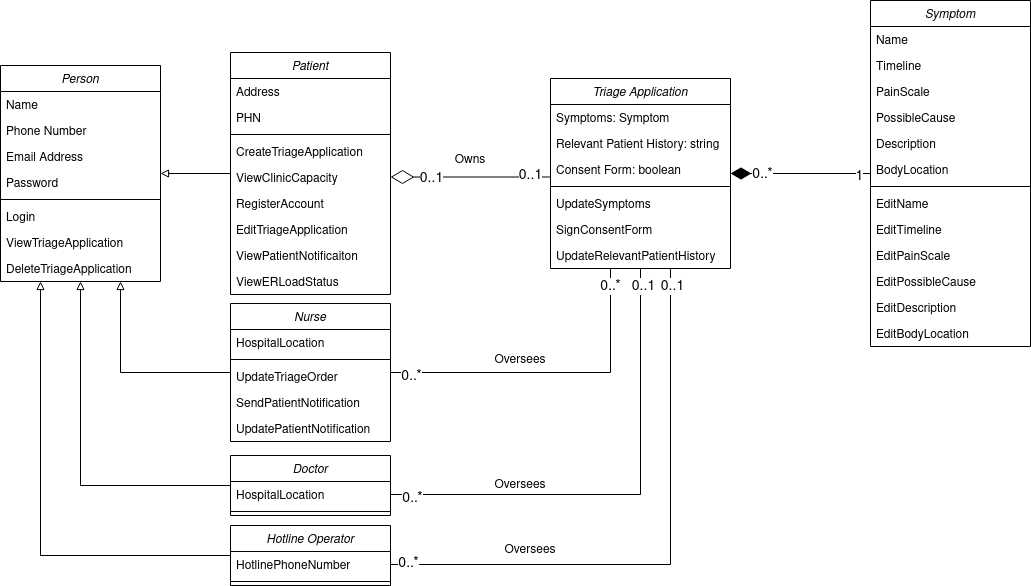
SENG-350-2024-fall/Team5 keeps this draw.io diagram as Milestone2/Diagrams/pngs/classdiagram.drawio.png. Above is the earlier version. Source tidied: cells renumbered, new cells last; positions are measured from the earlier drawing's top-left corner, leaving out a move shared by most shapes. The source it was exported from:
```xml
<mxGraphModel>
  <root>
    <mxCell id="0" />
    <mxCell id="1" parent="0" />
    <mxCell id="2" style="edgeStyle=orthogonalEdgeStyle;rounded=0;jettySize=auto;html=1;endArrow=block;endFill=0;" parent="1" edge="1" source="5" target="15">
      <mxGeometry relative="1" as="geometry" />
    </mxCell>
    <mxCell id="3" value="0..1" style="edgeStyle=orthogonalEdgeStyle;rounded=0;orthogonalLoop=1;jettySize=auto;html=1;endArrow=diamondThin;endFill=0;fontSize=14;endSize=21;" parent="1" edge="1">
      <mxGeometry x="-0.75" y="-2" relative="1" as="geometry">
        <mxPoint x="550" y="176.5" as="sourcePoint" />
        <mxPoint x="390" y="176.5" as="targetPoint" />
      </mxGeometry>
    </mxCell>
    <mxCell id="4" value="&lt;font style=&quot;font-size: 14px;&quot;&gt;0..1&lt;/font&gt;" style="edgeLabel;html=1;align=center;verticalAlign=middle;" parent="3" vertex="1">
      <mxGeometry x="0.74" y="1" relative="1" as="geometry">
        <mxPoint x="19" as="offset" />
      </mxGeometry>
    </mxCell>
    <mxCell id="5" value="Patient" style="swimlane;fontStyle=2;align=center;verticalAlign=top;horizontal=1;startSize=26;rounded=0;shadow=0;strokeWidth=1;" parent="1" vertex="1">
      <mxGeometry x="230" y="52" width="160" height="242" as="geometry" />
    </mxCell>
    <mxCell id="6" value="Address" style="text;align=left;verticalAlign=top;spacingLeft=4;spacingRight=4;overflow=hidden;" parent="5" vertex="1">
      <mxGeometry y="26" width="160" height="26" as="geometry" />
    </mxCell>
    <mxCell id="7" value="PHN" style="text;align=left;verticalAlign=top;spacingLeft=4;spacingRight=4;overflow=hidden;" parent="5" vertex="1">
      <mxGeometry y="52" width="160" height="26" as="geometry" />
    </mxCell>
    <mxCell id="8" style="line;html=1;strokeWidth=1;align=left;verticalAlign=middle;spacingTop=-1;spacingLeft=3;spacingRight=3;labelPosition=right;" parent="5" vertex="1">
      <mxGeometry y="78" width="160" height="8" as="geometry" />
    </mxCell>
    <mxCell id="9" value="CreateTriageApplication" style="text;align=left;verticalAlign=top;spacingLeft=4;spacingRight=4;overflow=hidden;" parent="5" vertex="1">
      <mxGeometry y="86" width="160" height="26" as="geometry" />
    </mxCell>
    <mxCell id="10" value="ViewClinicCapacity" style="text;align=left;verticalAlign=top;spacingLeft=4;spacingRight=4;overflow=hidden;" parent="5" vertex="1">
      <mxGeometry y="112" width="160" height="26" as="geometry" />
    </mxCell>
    <mxCell id="11" value="RegisterAccount" style="text;align=left;verticalAlign=top;spacingLeft=4;spacingRight=4;overflow=hidden;" parent="5" vertex="1">
      <mxGeometry y="138" width="160" height="26" as="geometry" />
    </mxCell>
    <mxCell id="12" value="EditTriageApplication" style="text;align=left;verticalAlign=top;spacingLeft=4;spacingRight=4;overflow=hidden;" parent="5" vertex="1">
      <mxGeometry y="164" width="160" height="26" as="geometry" />
    </mxCell>
    <mxCell id="13" value="ViewPatientNotificaiton" style="text;align=left;verticalAlign=top;spacingLeft=4;spacingRight=4;overflow=hidden;" parent="5" vertex="1">
      <mxGeometry y="190" width="160" height="26" as="geometry" />
    </mxCell>
    <mxCell id="14" value="ViewERLoadStatus" style="text;align=left;verticalAlign=top;spacingLeft=4;spacingRight=4;overflow=hidden;" parent="5" vertex="1">
      <mxGeometry y="216" width="160" height="26" as="geometry" />
    </mxCell>
    <mxCell id="15" value="Person" style="swimlane;fontStyle=2;align=center;verticalAlign=top;horizontal=1;startSize=26;rounded=0;shadow=0;strokeWidth=1;" parent="1" vertex="1">
      <mxGeometry y="65" width="160" height="216" as="geometry" />
    </mxCell>
    <mxCell id="16" value="Name" style="text;align=left;verticalAlign=top;spacingLeft=4;spacingRight=4;overflow=hidden;" parent="15" vertex="1">
      <mxGeometry y="26" width="160" height="26" as="geometry" />
    </mxCell>
    <mxCell id="17" value="Phone Number" style="text;align=left;verticalAlign=top;spacingLeft=4;spacingRight=4;overflow=hidden;rounded=0;shadow=0;html=0;" parent="15" vertex="1">
      <mxGeometry y="52" width="160" height="26" as="geometry" />
    </mxCell>
    <mxCell id="18" value="Email Address" style="text;align=left;verticalAlign=top;spacingLeft=4;spacingRight=4;overflow=hidden;rounded=0;shadow=0;html=0;" parent="15" vertex="1">
      <mxGeometry y="78" width="160" height="26" as="geometry" />
    </mxCell>
    <mxCell id="19" value="Password" style="text;align=left;verticalAlign=top;spacingLeft=4;spacingRight=4;overflow=hidden;rounded=0;shadow=0;html=0;" parent="15" vertex="1">
      <mxGeometry y="104" width="160" height="26" as="geometry" />
    </mxCell>
    <mxCell id="20" style="line;html=1;strokeWidth=1;align=left;verticalAlign=middle;spacingTop=-1;spacingLeft=3;spacingRight=3;labelPosition=right;" parent="15" vertex="1">
      <mxGeometry y="130" width="160" height="8" as="geometry" />
    </mxCell>
    <mxCell id="21" value="Login" style="text;align=left;verticalAlign=top;spacingLeft=4;spacingRight=4;overflow=hidden;" parent="15" vertex="1">
      <mxGeometry y="138" width="160" height="26" as="geometry" />
    </mxCell>
    <mxCell id="22" value="ViewTriageApplication" style="text;align=left;verticalAlign=top;spacingLeft=4;spacingRight=4;overflow=hidden;" parent="15" vertex="1">
      <mxGeometry y="164" width="160" height="26" as="geometry" />
    </mxCell>
    <mxCell id="23" value="DeleteTriageApplication" style="text;align=left;verticalAlign=top;spacingLeft=4;spacingRight=4;overflow=hidden;" parent="15" vertex="1">
      <mxGeometry y="190" width="160" height="26" as="geometry" />
    </mxCell>
    <mxCell id="24" style="edgeStyle=orthogonalEdgeStyle;rounded=0;jettySize=auto;html=1;endArrow=block;endFill=0;entryX=0.75;entryY=1;entryDx=0;entryDy=0;" parent="1" edge="1" source="28" target="15">
      <mxGeometry relative="1" as="geometry" />
    </mxCell>
    <mxCell id="25" style="edgeStyle=orthogonalEdgeStyle;rounded=0;jettySize=auto;html=1;endArrow=none;endFill=0;" parent="1" edge="1" source="28" target="42">
      <mxGeometry relative="1" as="geometry">
        <Array as="points">
          <mxPoint x="610" y="372" />
        </Array>
      </mxGeometry>
    </mxCell>
    <mxCell id="26" value="&lt;font style=&quot;font-size: 14px;&quot;&gt;0..*&lt;/font&gt;" style="edgeLabel;html=1;align=center;verticalAlign=middle;" parent="25" vertex="1">
      <mxGeometry x="-0.88" y="-3" relative="1" as="geometry" />
    </mxCell>
    <mxCell id="27" value="&lt;font style=&quot;font-size: 14px;&quot;&gt;0..*&lt;/font&gt;" style="edgeLabel;html=1;align=center;verticalAlign=middle;" parent="25" vertex="1">
      <mxGeometry x="0.9" y="1" relative="1" as="geometry" />
    </mxCell>
    <mxCell id="28" value="Nurse" style="swimlane;fontStyle=2;align=center;verticalAlign=top;horizontal=1;startSize=26;rounded=0;shadow=0;strokeWidth=1;" parent="1" vertex="1">
      <mxGeometry x="230" y="303" width="160" height="138" as="geometry" />
    </mxCell>
    <mxCell id="29" value="HospitalLocation" style="text;align=left;verticalAlign=top;spacingLeft=4;spacingRight=4;overflow=hidden;rounded=0;shadow=0;html=0;" parent="28" vertex="1">
      <mxGeometry y="26" width="160" height="26" as="geometry" />
    </mxCell>
    <mxCell id="30" style="line;html=1;strokeWidth=1;align=left;verticalAlign=middle;spacingTop=-1;spacingLeft=3;spacingRight=3;labelPosition=right;" parent="28" vertex="1">
      <mxGeometry y="52" width="160" height="8" as="geometry" />
    </mxCell>
    <mxCell id="31" value="UpdateTriageOrder" style="text;align=left;verticalAlign=top;spacingLeft=4;spacingRight=4;overflow=hidden;" parent="28" vertex="1">
      <mxGeometry y="60" width="160" height="26" as="geometry" />
    </mxCell>
    <mxCell id="32" value="SendPatientNotification" style="text;align=left;verticalAlign=top;spacingLeft=4;spacingRight=4;overflow=hidden;" parent="28" vertex="1">
      <mxGeometry y="86" width="160" height="26" as="geometry" />
    </mxCell>
    <mxCell id="33" value="UpdatePatientNotification" style="text;align=left;verticalAlign=top;spacingLeft=4;spacingRight=4;overflow=hidden;" parent="28" vertex="1">
      <mxGeometry y="112" width="160" height="26" as="geometry" />
    </mxCell>
    <mxCell id="34" style="edgeStyle=orthogonalEdgeStyle;rounded=0;jettySize=auto;html=1;endArrow=block;endFill=0;" parent="1" edge="1" source="35" target="15">
      <mxGeometry relative="1" as="geometry" />
    </mxCell>
    <mxCell id="35" value="Doctor" style="swimlane;fontStyle=2;align=center;verticalAlign=top;horizontal=1;startSize=26;rounded=0;shadow=0;strokeWidth=1;" parent="1" vertex="1">
      <mxGeometry x="230" y="455" width="160" height="60" as="geometry" />
    </mxCell>
    <mxCell id="36" value="HospitalLocation" style="text;align=left;verticalAlign=top;spacingLeft=4;spacingRight=4;overflow=hidden;points=[[0,0.5],[1,0.5]];portConstraint=eastwest;rounded=0;shadow=0;html=0;" parent="35" vertex="1">
      <mxGeometry y="26" width="160" height="26" as="geometry" />
    </mxCell>
    <mxCell id="37" style="line;html=1;strokeWidth=1;align=left;verticalAlign=middle;spacingTop=-1;spacingLeft=3;spacingRight=3;labelPosition=right;" parent="35" vertex="1">
      <mxGeometry y="52" width="160" height="8" as="geometry" />
    </mxCell>
    <mxCell id="38" style="edgeStyle=orthogonalEdgeStyle;rounded=0;jettySize=auto;html=1;endArrow=block;endFill=0;entryX=0.25;entryY=1;entryDx=0;entryDy=0;" parent="1" edge="1" source="39" target="15">
      <mxGeometry relative="1" as="geometry" />
    </mxCell>
    <mxCell id="39" value="Hotline Operator" style="swimlane;fontStyle=2;align=center;verticalAlign=top;horizontal=1;startSize=26;rounded=0;shadow=0;strokeWidth=1;" parent="1" vertex="1">
      <mxGeometry x="230" y="525" width="160" height="60" as="geometry" />
    </mxCell>
    <mxCell id="40" value="HotlinePhoneNumber" style="text;align=left;verticalAlign=top;spacingLeft=4;spacingRight=4;overflow=hidden;points=[[0,0.5],[1,0.5]];portConstraint=eastwest;rounded=0;shadow=0;html=0;" parent="39" vertex="1">
      <mxGeometry y="26" width="160" height="26" as="geometry" />
    </mxCell>
    <mxCell id="41" style="line;html=1;strokeWidth=1;align=left;verticalAlign=middle;spacingTop=-1;spacingLeft=3;spacingRight=3;labelPosition=right;" parent="39" vertex="1">
      <mxGeometry y="52" width="160" height="8" as="geometry" />
    </mxCell>
    <mxCell id="42" value="Triage Application" style="swimlane;fontStyle=2;align=center;verticalAlign=top;horizontal=1;startSize=26;rounded=0;shadow=0;strokeWidth=1;" parent="1" vertex="1">
      <mxGeometry x="550" y="78" width="180" height="190" as="geometry" />
    </mxCell>
    <mxCell id="43" value="Symptoms: Symptom" style="text;align=left;verticalAlign=top;spacingLeft=4;spacingRight=4;overflow=hidden;rounded=0;shadow=0;html=0;" parent="42" vertex="1">
      <mxGeometry y="26" width="180" height="26" as="geometry" />
    </mxCell>
    <mxCell id="44" value="Relevant Patient History: string" style="text;align=left;verticalAlign=top;spacingLeft=4;spacingRight=4;overflow=hidden;rounded=0;shadow=0;html=0;" parent="42" vertex="1">
      <mxGeometry y="52" width="180" height="26" as="geometry" />
    </mxCell>
    <mxCell id="45" value="Consent Form: boolean" style="text;align=left;verticalAlign=top;spacingLeft=4;spacingRight=4;overflow=hidden;rounded=0;shadow=0;html=0;" parent="42" vertex="1">
      <mxGeometry y="78" width="180" height="26" as="geometry" />
    </mxCell>
    <mxCell id="46" style="line;html=1;strokeWidth=1;align=left;verticalAlign=middle;spacingTop=-1;spacingLeft=3;spacingRight=3;labelPosition=right;" parent="42" vertex="1">
      <mxGeometry y="104" width="180" height="8" as="geometry" />
    </mxCell>
    <mxCell id="47" value="UpdateSymptoms" style="text;align=left;verticalAlign=top;spacingLeft=4;spacingRight=4;overflow=hidden;" parent="42" vertex="1">
      <mxGeometry y="112" width="180" height="26" as="geometry" />
    </mxCell>
    <mxCell id="48" value="SignConsentForm" style="text;align=left;verticalAlign=top;spacingLeft=4;spacingRight=4;overflow=hidden;" parent="42" vertex="1">
      <mxGeometry y="138" width="180" height="26" as="geometry" />
    </mxCell>
    <mxCell id="49" value="UpdateRelevantPatientHistory" style="text;align=left;verticalAlign=top;spacingLeft=4;spacingRight=4;overflow=hidden;" parent="42" vertex="1">
      <mxGeometry y="164" width="180" height="26" as="geometry" />
    </mxCell>
    <mxCell id="50" style="edgeStyle=orthogonalEdgeStyle;rounded=0;jettySize=auto;html=1;endArrow=diamondThin;endFill=1;strokeWidth=1;endSize=18;" parent="1" edge="1" source="53" target="42">
      <mxGeometry relative="1" as="geometry" />
    </mxCell>
    <mxCell id="51" value="&lt;font style=&quot;font-size: 14px;&quot;&gt;0..*&lt;/font&gt;" style="edgeLabel;html=1;align=center;verticalAlign=middle;" parent="50" vertex="1">
      <mxGeometry x="0.56" relative="1" as="geometry" />
    </mxCell>
    <mxCell id="52" value="&lt;font style=&quot;font-size: 14px;&quot;&gt;1&lt;/font&gt;" style="edgeLabel;html=1;align=center;verticalAlign=middle;" parent="50" vertex="1">
      <mxGeometry x="-0.83" y="4" relative="1" as="geometry">
        <mxPoint y="-2" as="offset" />
      </mxGeometry>
    </mxCell>
    <mxCell id="53" value="Symptom" style="swimlane;fontStyle=2;align=center;verticalAlign=top;horizontal=1;startSize=26;rounded=0;shadow=0;strokeWidth=1;" parent="1" vertex="1">
      <mxGeometry x="870" width="160" height="346" as="geometry" />
    </mxCell>
    <mxCell id="54" value="Name" style="text;align=left;verticalAlign=top;spacingLeft=4;spacingRight=4;overflow=hidden;rounded=0;shadow=0;html=0;" parent="53" vertex="1">
      <mxGeometry y="26" width="160" height="26" as="geometry" />
    </mxCell>
    <mxCell id="55" value="Timeline" style="text;align=left;verticalAlign=top;spacingLeft=4;spacingRight=4;overflow=hidden;rounded=0;shadow=0;html=0;" parent="53" vertex="1">
      <mxGeometry y="52" width="160" height="26" as="geometry" />
    </mxCell>
    <mxCell id="56" value="PainScale" style="text;align=left;verticalAlign=top;spacingLeft=4;spacingRight=4;overflow=hidden;rounded=0;shadow=0;html=0;" parent="53" vertex="1">
      <mxGeometry y="78" width="160" height="26" as="geometry" />
    </mxCell>
    <mxCell id="57" value="PossibleCause" style="text;align=left;verticalAlign=top;spacingLeft=4;spacingRight=4;overflow=hidden;rounded=0;shadow=0;html=0;" parent="53" vertex="1">
      <mxGeometry y="104" width="160" height="26" as="geometry" />
    </mxCell>
    <mxCell id="58" value="Description" style="text;align=left;verticalAlign=top;spacingLeft=4;spacingRight=4;overflow=hidden;rounded=0;shadow=0;html=0;" parent="53" vertex="1">
      <mxGeometry y="130" width="160" height="26" as="geometry" />
    </mxCell>
    <mxCell id="59" value="BodyLocation" style="text;align=left;verticalAlign=top;spacingLeft=4;spacingRight=4;overflow=hidden;rounded=0;shadow=0;html=0;" parent="53" vertex="1">
      <mxGeometry y="156" width="160" height="26" as="geometry" />
    </mxCell>
    <mxCell id="60" style="line;html=1;strokeWidth=1;align=left;verticalAlign=middle;spacingTop=-1;spacingLeft=3;spacingRight=3;labelPosition=right;" parent="53" vertex="1">
      <mxGeometry y="182" width="160" height="8" as="geometry" />
    </mxCell>
    <mxCell id="61" value="EditName" style="text;align=left;verticalAlign=top;spacingLeft=4;spacingRight=4;overflow=hidden;" parent="53" vertex="1">
      <mxGeometry y="190" width="160" height="26" as="geometry" />
    </mxCell>
    <mxCell id="62" value="EditTimeline" style="text;align=left;verticalAlign=top;spacingLeft=4;spacingRight=4;overflow=hidden;" parent="53" vertex="1">
      <mxGeometry y="216" width="160" height="26" as="geometry" />
    </mxCell>
    <mxCell id="63" value="EditPainScale" style="text;align=left;verticalAlign=top;spacingLeft=4;spacingRight=4;overflow=hidden;" parent="53" vertex="1">
      <mxGeometry y="242" width="160" height="26" as="geometry" />
    </mxCell>
    <mxCell id="64" value="EditPossibleCause" style="text;align=left;verticalAlign=top;spacingLeft=4;spacingRight=4;overflow=hidden;" parent="53" vertex="1">
      <mxGeometry y="268" width="160" height="26" as="geometry" />
    </mxCell>
    <mxCell id="65" value="EditDescription" style="text;align=left;verticalAlign=top;spacingLeft=4;spacingRight=4;overflow=hidden;" parent="53" vertex="1">
      <mxGeometry y="294" width="160" height="26" as="geometry" />
    </mxCell>
    <mxCell id="66" value="EditBodyLocation" style="text;align=left;verticalAlign=top;spacingLeft=4;spacingRight=4;overflow=hidden;" parent="53" vertex="1">
      <mxGeometry y="320" width="160" height="26" as="geometry" />
    </mxCell>
    <mxCell id="67" style="edgeStyle=orthogonalEdgeStyle;rounded=0;jettySize=auto;html=1;entryX=0.5;entryY=1;entryDx=0;entryDy=0;endArrow=none;endFill=0;" parent="1" edge="1" source="36" target="42">
      <mxGeometry relative="1" as="geometry" />
    </mxCell>
    <mxCell id="68" value="&lt;font style=&quot;font-size: 14px;&quot;&gt;0..*&lt;/font&gt;" style="edgeLabel;html=1;align=center;verticalAlign=middle;" parent="67" vertex="1">
      <mxGeometry x="-0.91" y="-3" relative="1" as="geometry" />
    </mxCell>
    <mxCell id="69" value="&lt;font style=&quot;font-size: 14px;&quot;&gt;0..1&lt;/font&gt;" style="edgeLabel;html=1;align=center;verticalAlign=middle;" parent="67" vertex="1">
      <mxGeometry x="0.92" y="-2" relative="1" as="geometry">
        <mxPoint y="-2" as="offset" />
      </mxGeometry>
    </mxCell>
    <mxCell id="70" style="edgeStyle=orthogonalEdgeStyle;rounded=0;jettySize=auto;html=1;endArrow=none;endFill=0;" parent="1" edge="1" source="40" target="42">
      <mxGeometry relative="1" as="geometry">
        <Array as="points">
          <mxPoint x="670" y="564" />
        </Array>
      </mxGeometry>
    </mxCell>
    <mxCell id="71" value="&lt;font style=&quot;font-size: 14px;&quot;&gt;0..*&lt;/font&gt;" style="edgeLabel;html=1;align=center;verticalAlign=middle;" parent="70" vertex="1">
      <mxGeometry x="-0.94" y="2" relative="1" as="geometry" />
    </mxCell>
    <mxCell id="72" value="&lt;font style=&quot;font-size: 14px;&quot;&gt;0..1&lt;/font&gt;" style="edgeLabel;html=1;align=center;verticalAlign=middle;" parent="70" vertex="1">
      <mxGeometry x="0.94" y="-1" relative="1" as="geometry">
        <mxPoint y="-1" as="offset" />
      </mxGeometry>
    </mxCell>
    <mxCell id="73" value="Owns" style="text;html=1;align=center;verticalAlign=middle;whiteSpace=wrap;rounded=0;" parent="1" vertex="1">
      <mxGeometry x="440" y="145" width="60" height="30" as="geometry" />
    </mxCell>
    <mxCell id="74" value="Oversees" style="text;html=1;align=center;verticalAlign=middle;whiteSpace=wrap;rounded=0;" parent="1" vertex="1">
      <mxGeometry x="490" y="345" width="60" height="30" as="geometry" />
    </mxCell>
    <mxCell id="75" value="Oversees" style="text;html=1;align=center;verticalAlign=middle;whiteSpace=wrap;rounded=0;" parent="1" vertex="1">
      <mxGeometry x="490" y="470" width="60" height="30" as="geometry" />
    </mxCell>
    <mxCell id="76" value="Oversees" style="text;html=1;align=center;verticalAlign=middle;whiteSpace=wrap;rounded=0;" parent="1" vertex="1">
      <mxGeometry x="500" y="535" width="60" height="30" as="geometry" />
    </mxCell>
  </root>
</mxGraphModel>
```
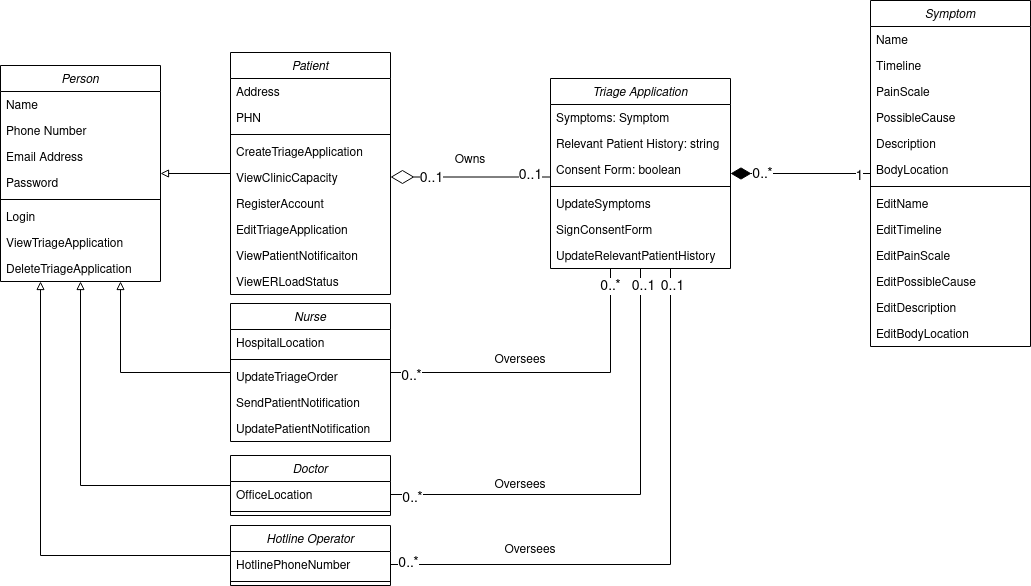
After the change.

Change to the diagram source:
```diff
@@ -113,7 +113,7 @@
     <mxCell id="35" value="Doctor" style="swimlane;fontStyle=2;align=center;verticalAlign=top;horizontal=1;startSize=26;rounded=0;shadow=0;strokeWidth=1;" parent="1" vertex="1">
       <mxGeometry x="230" y="455" width="160" height="60" as="geometry" />
     </mxCell>
-    <mxCell id="36" value="HospitalLocation" style="text;align=left;verticalAlign=top;spacingLeft=4;spacingRight=4;overflow=hidden;points=[[0,0.5],[1,0.5]];portConstraint=eastwest;rounded=0;shadow=0;html=0;" parent="35" vertex="1">
+    <mxCell id="36" value="OfficeLocation" style="text;align=left;verticalAlign=top;spacingLeft=4;spacingRight=4;overflow=hidden;points=[[0,0.5],[1,0.5]];portConstraint=eastwest;rounded=0;shadow=0;html=0;" parent="35" vertex="1">
       <mxGeometry y="26" width="160" height="26" as="geometry" />
     </mxCell>
     <mxCell id="37" style="line;html=1;strokeWidth=1;align=left;verticalAlign=middle;spacingTop=-1;spacingLeft=3;spacingRight=3;labelPosition=right;" parent="35" vertex="1">
```
